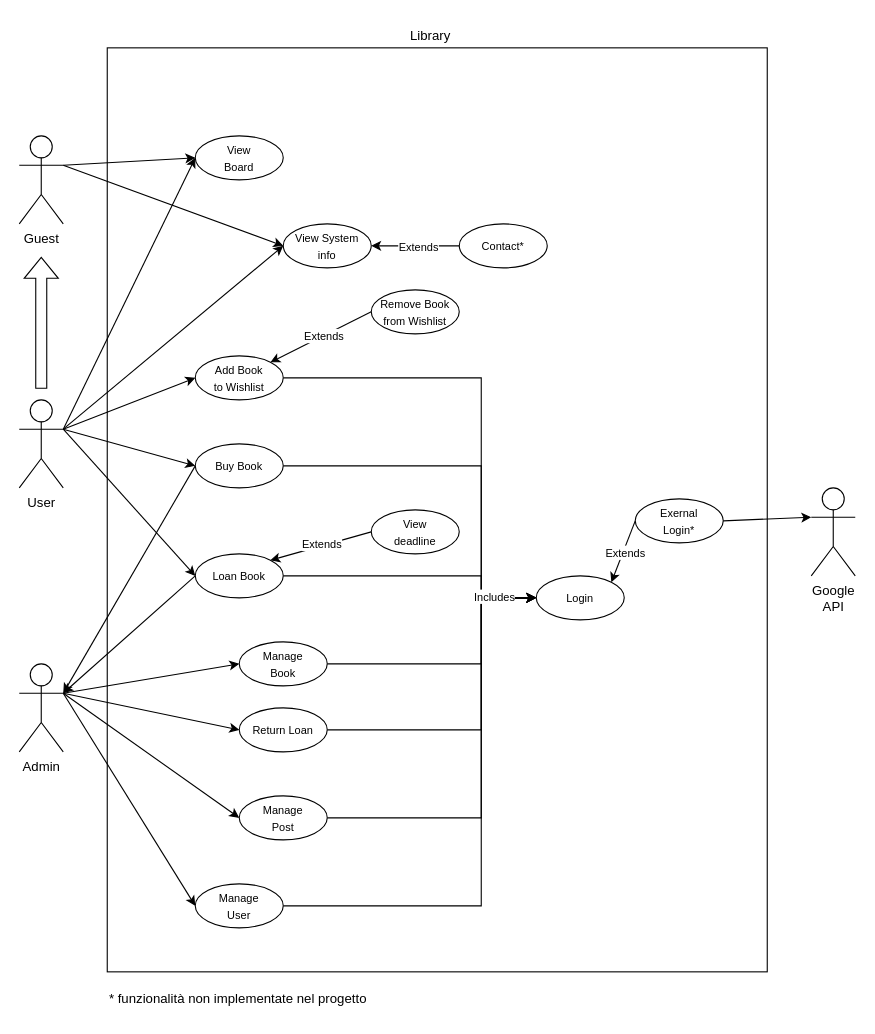
The draw.io diagram Documentazione/deliverables/drawio/UseCaseDiagram.drawio in giacomocialoni/BiblioTech, before the edit. Source tidied: cells renumbered, new cells numbered last; positions are measured from the earlier drawing's top-left corner, leaving out a move shared by most shapes. Both pictures are drawn from the tidied source at 110%, with x=0, y=0 at pixel (19, 19).
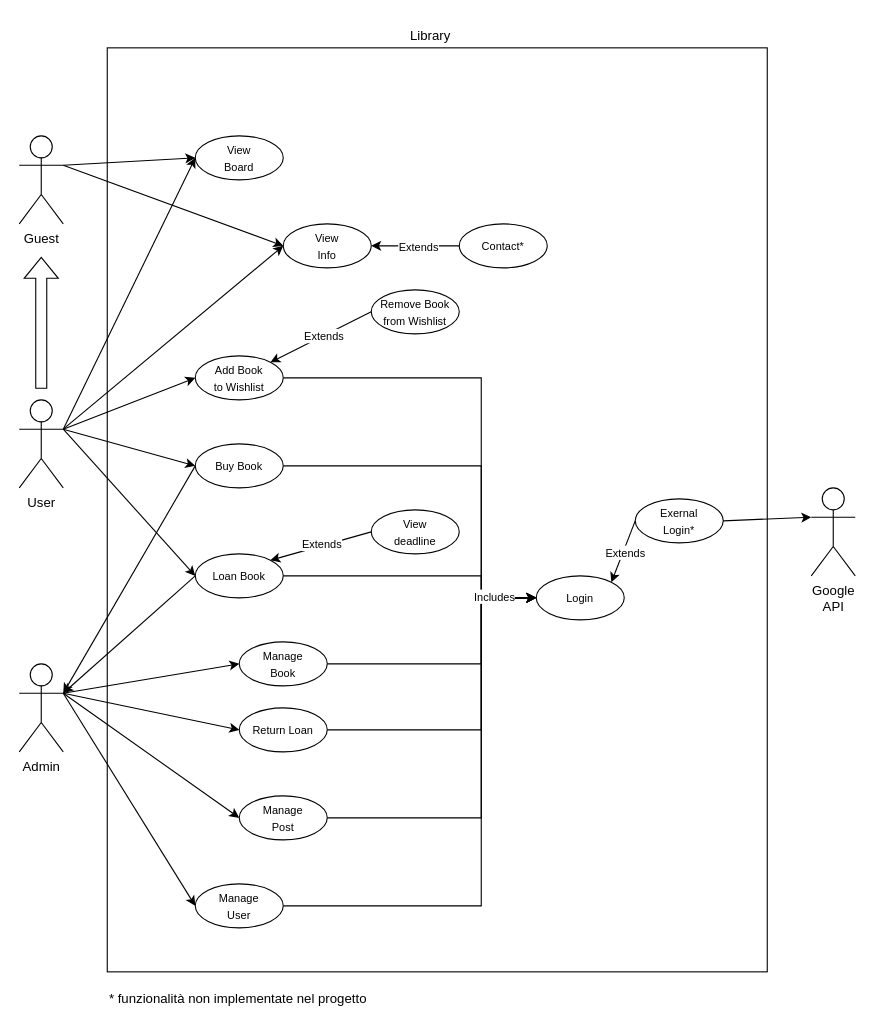
Above is the later version.

Change to the diagram source:
```diff
@@
-    <mxCell id="23" value="&lt;font size=&quot;1&quot;&gt;View System&lt;/font&gt;&lt;div&gt;&lt;font size=&quot;1&quot;&gt;info&lt;/font&gt;&lt;/div&gt;" style="ellipse;whiteSpace=wrap;html=1;verticalAlign=middle;spacing=2;horizontal=1;" parent="1" vertex="1">
+    <mxCell id="23" value="&lt;font size=&quot;1&quot;&gt;View&lt;/font&gt;&lt;div&gt;&lt;font size=&quot;1&quot;&gt;Info&lt;/font&gt;&lt;/div&gt;" style="ellipse;whiteSpace=wrap;html=1;verticalAlign=middle;spacing=2;horizontal=1;" parent="1" vertex="1">
       <mxGeometry x="240" y="186" width="80" height="40" as="geometry" />
     </mxCell>
```
